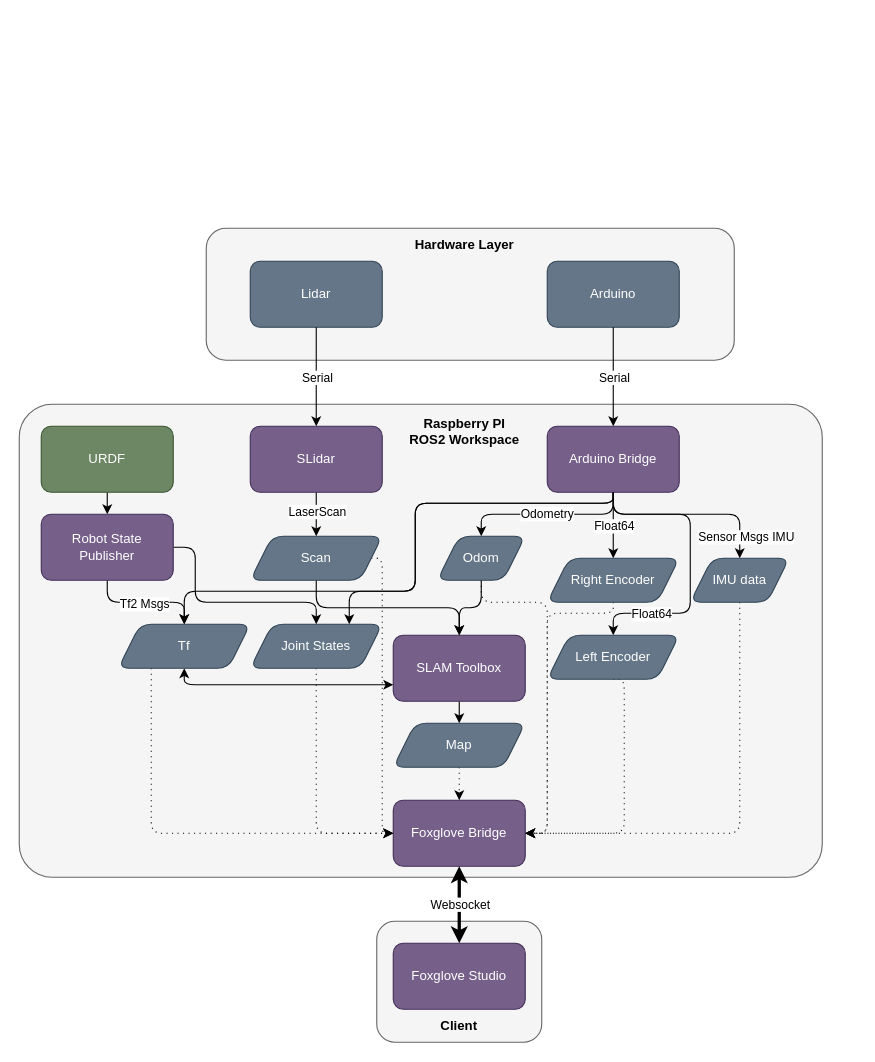
This is ROSworkspaceOverview.drawio from Gab1575/MREN203_Group9, a draw.io file, before an edit. Source tidied: cells renumbered, new cells numbered last; positions are measured from the earlier drawing's top-left corner, leaving out a move shared by most shapes. Both pictures are drawn from the tidied source at 110%, with x=0, y=0 at pixel (19, 228).
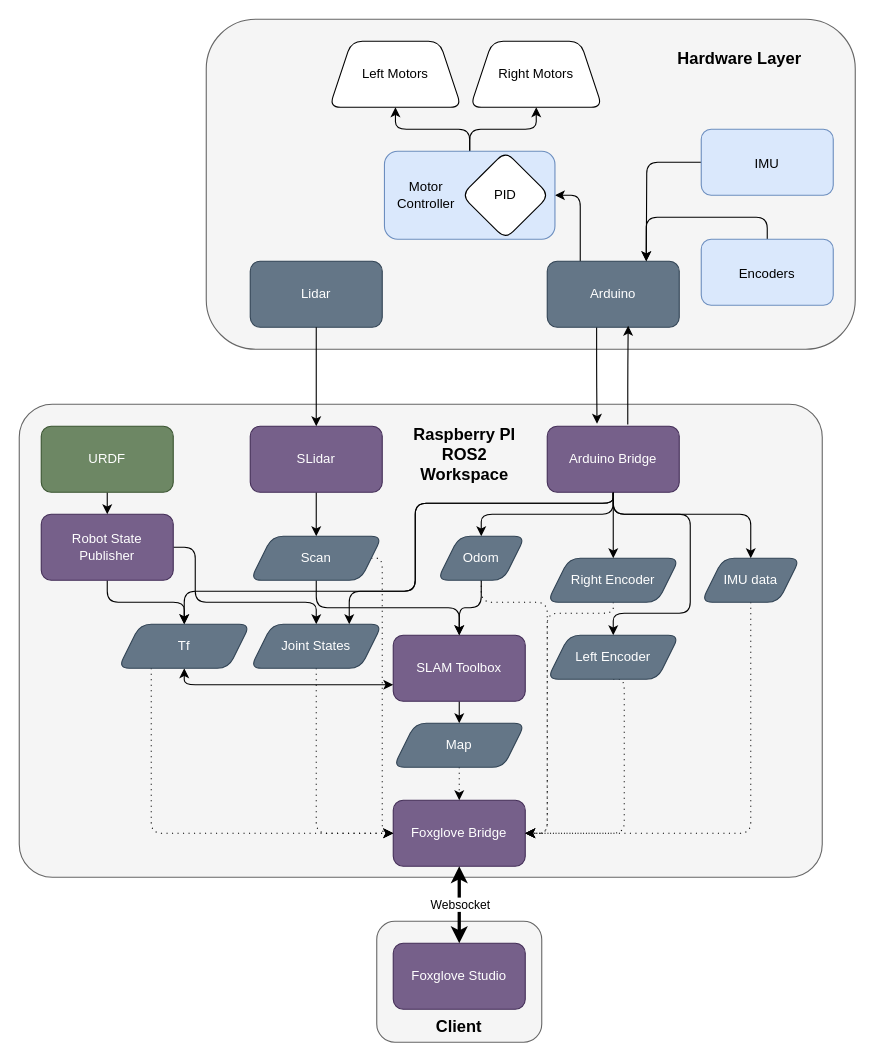
The same page after the edit.

Unchanged cells that the change refers to:
```xml
<mxCell id="5" value="Arduino" style="rounded=1;whiteSpace=wrap;html=1;fillColor=#647687;strokeColor=#314354;fontColor=#ffffff;" parent="1" vertex="1">
  <mxGeometry x="480" y="30" width="120" height="60" as="geometry" />
</mxCell>
<mxCell id="6" style="edgeStyle=orthogonalEdgeStyle;rounded=1;jettySize=auto;html=1;exitX=0.5;exitY=1;exitDx=0;exitDy=0;entryX=0.5;entryY=0;entryDx=0;entryDy=0;" parent="1" edge="1" source="8" target="42">
  <mxGeometry relative="1" as="geometry" />
</mxCell>
<mxCell id="10" style="edgeStyle=orthogonalEdgeStyle;rounded=1;jettySize=auto;html=1;exitX=0.5;exitY=1;exitDx=0;exitDy=0;entryX=0.5;entryY=0;entryDx=0;entryDy=0;" parent="1" edge="1" source="16" target="30">
  <mxGeometry relative="1" as="geometry">
    <Array as="points">
      <mxPoint x="540" y="260" />
      <mxPoint x="610" y="260" />
      <mxPoint x="610" y="350" />
      <mxPoint x="540" y="350" />
    </Array>
  </mxGeometry>
</mxCell>
<mxCell id="16" value="Arduino Bridge" style="rounded=1;whiteSpace=wrap;html=1;fillColor=#76608a;fontColor=#ffffff;strokeColor=#432D57;" parent="1" vertex="1">
  <mxGeometry x="480" y="180" width="120" height="60" as="geometry" />
</mxCell>
<mxCell id="19" style="edgeStyle=orthogonalEdgeStyle;rounded=1;jettySize=auto;html=1;exitX=0.5;exitY=1;exitDx=0;exitDy=0;entryX=0.5;entryY=0;entryDx=0;entryDy=0;" parent="1" edge="1" source="22" target="39">
  <mxGeometry relative="1" as="geometry" />
</mxCell>
<mxCell id="26" value="Odom" style="shape=parallelogram;perimeter=parallelogramPerimeter;whiteSpace=wrap;html=1;fixedSize=1;fillColor=#647687;fontColor=#ffffff;strokeColor=#314354;rounded=1;" parent="1" vertex="1">
  <mxGeometry x="380" y="280" width="80" height="40" as="geometry" />
</mxCell>
<mxCell id="46" style="endArrow=classic;html=1;rounded=1;exitX=0.5;exitY=1;exitDx=0;exitDy=0;entryX=0.5;entryY=0;entryDx=0;entryDy=0;" parent="1" edge="1" source="4" target="8">
  <mxGeometry relative="1" as="geometry" />
</mxCell>
<mxCell id="48" style="endArrow=classic;html=1;rounded=1;exitX=0.5;exitY=1;exitDx=0;exitDy=0;entryX=0.5;entryY=0;entryDx=0;entryDy=0;" parent="1" edge="1" source="16" target="28">
  <mxGeometry relative="1" as="geometry" />
</mxCell>
```

What changed in the source:
```diff
@@
     <mxCell id="3" style="rounded=1;whiteSpace=wrap;html=1;fillColor=#f5f5f5;fontColor=#333333;strokeColor=#666666;" parent="1" vertex="1">
-      <mxGeometry x="170" width="480" height="120" as="geometry" />
+      <mxGeometry x="170" y="-190" width="590" height="300" as="geometry" />
     </mxCell>
@@
+    <mxCell id="44" style="edgeStyle=orthogonalEdgeStyle;rounded=1;jettySize=auto;html=1;exitX=0.374;exitY=0.972;exitDx=0;exitDy=0;entryX=0.377;entryY=-0.039;entryDx=0;entryDy=0;exitPerimeter=0;entryPerimeter=0;" parent="1" edge="1" source="5" target="16">
+      <mxGeometry relative="1" as="geometry" />
+    </mxCell>
+    <mxCell id="58" style="edgeStyle=orthogonalEdgeStyle;rounded=1;jettySize=auto;html=1;exitX=0.25;exitY=0;exitDx=0;exitDy=0;entryX=1;entryY=0.5;entryDx=0;entryDy=0;" parent="1" edge="1" source="5" target="66">
+      <mxGeometry relative="1" as="geometry" />
+    </mxCell>
@@
-    <mxCell id="7" value="LaserScan" style="edgeLabel;html=1;align=center;verticalAlign=middle;rounded=1;" parent="6" vertex="1">
-      <mxGeometry x="-0.15" relative="1" as="geometry" />
-    </mxCell>
@@
-    <mxCell id="9" value="Odometry" style="edgeStyle=orthogonalEdgeStyle;rounded=1;jettySize=auto;html=1;exitX=0.5;exitY=1;exitDx=0;exitDy=0;entryX=0.5;entryY=0;entryDx=0;entryDy=0;" parent="1" edge="1" source="16" target="26">
-      <mxGeometry relative="1" as="geometry" />
+    <mxCell id="9" style="edgeStyle=orthogonalEdgeStyle;rounded=1;jettySize=auto;html=1;exitX=0.5;exitY=1;exitDx=0;exitDy=0;entryX=0.5;entryY=0;entryDx=0;entryDy=0;" parent="1" edge="1" source="16" target="26">
+      <mxGeometry x="-0.12" y="20" relative="1" as="geometry" />
     </mxCell>
@@
-    <mxCell id="11" value="Float64" style="edgeLabel;html=1;align=center;verticalAlign=middle;rounded=1;" parent="10" vertex="1">
-      <mxGeometry x="0.6" relative="1" as="geometry" />
-    </mxCell>
     <mxCell id="12" style="edgeStyle=orthogonalEdgeStyle;rounded=1;jettySize=auto;html=1;exitX=0.5;exitY=1;exitDx=0;exitDy=0;entryX=0.5;entryY=0;entryDx=0;entryDy=0;" parent="1" edge="1" source="16" target="32">
       <mxGeometry relative="1" as="geometry">
         <Array as="points">
           <mxPoint x="540" y="260" />
-          <mxPoint x="655" y="260" />
+          <mxPoint x="665" y="260" />
         </Array>
       </mxGeometry>
     </mxCell>
-    <mxCell id="13" value="Sensor Msgs IMU" style="edgeLabel;html=1;align=center;verticalAlign=middle;rounded=1;" parent="12" vertex="1">
-      <mxGeometry x="0.41" relative="1" as="geometry">
-        <mxPoint x="17" y="20" as="offset" />
-      </mxGeometry>
-    </mxCell>
@@
+    <mxCell id="59" style="edgeStyle=orthogonalEdgeStyle;rounded=1;jettySize=auto;html=1;exitX=0.61;exitY=-0.028;exitDx=0;exitDy=0;entryX=0.613;entryY=0.978;entryDx=0;entryDy=0;entryPerimeter=0;exitPerimeter=0;" parent="1" edge="1" source="16" target="5">
+      <mxGeometry relative="1" as="geometry" />
+    </mxCell>
@@
-    <mxCell id="20" value="Tf2 Msgs" style="edgeLabel;html=1;align=center;verticalAlign=middle;rounded=1;" parent="19" vertex="1">
-      <mxGeometry x="-0.03" y="-1" relative="1" as="geometry" />
-    </mxCell>
@@
     <mxCell id="32" value="IMU data" style="shape=parallelogram;perimeter=parallelogramPerimeter;whiteSpace=wrap;html=1;fixedSize=1;fillColor=#647687;fontColor=#ffffff;strokeColor=#314354;rounded=1;" parent="1" vertex="1">
-      <mxGeometry x="610" y="300" width="90" height="40" as="geometry" />
+      <mxGeometry x="620" y="300" width="90" height="40" as="geometry" />
     </mxCell>
@@
-    <mxCell id="43" value="&lt;b&gt;Hardware Layer&lt;/b&gt;" style="text;html=1;whiteSpace=wrap;strokeColor=none;fillColor=none;align=center;verticalAlign=middle;rounded=1;" parent="1" vertex="1">
-      <mxGeometry x="345" width="120" height="30" as="geometry" />
+    <mxCell id="43" value="&lt;b&gt;&lt;font style=&quot;font-size: 15px;&quot;&gt;Hardware Layer&lt;/font&gt;&lt;/b&gt;" style="text;html=1;whiteSpace=wrap;strokeColor=none;fillColor=none;align=center;verticalAlign=middle;rounded=1;" parent="1" vertex="1">
+      <mxGeometry x="595" y="-170" width="120" height="30" as="geometry" />
     </mxCell>
-    <mxCell id="44" style="endArrow=classic;html=1;rounded=1;exitX=0.5;exitY=1;exitDx=0;exitDy=0;entryX=0.5;entryY=0;entryDx=0;entryDy=0;" parent="1" edge="1" source="5" target="16">
-      <mxGeometry relative="1" as="geometry" />
-    </mxCell>
-    <mxCell id="45" value="Serial" style="edgeLabel;html=1;align=center;verticalAlign=middle;rounded=1;" parent="44" vertex="1">
-      <mxGeometry relative="1" as="geometry" />
-    </mxCell>
@@
-    <mxCell id="47" value="Serial" style="edgeLabel;html=1;align=center;verticalAlign=middle;rounded=1;" parent="46" vertex="1">
-      <mxGeometry relative="1" as="geometry" />
-    </mxCell>
@@
-    <mxCell id="49" value="Float64" style="edgeLabel;html=1;align=center;verticalAlign=middle;rounded=1;" parent="48" vertex="1">
-      <mxGeometry relative="1" as="geometry" />
-    </mxCell>
@@
-    <mxCell id="52" value="&lt;b&gt;Raspberry PI&lt;/b&gt;&lt;div&gt;&lt;b&gt;ROS2 Workspace&lt;/b&gt;&lt;/div&gt;" style="text;html=1;whiteSpace=wrap;strokeColor=none;fillColor=none;align=center;verticalAlign=middle;rounded=1;" parent="1" vertex="1">
-      <mxGeometry x="345" y="170" width="120" height="30" as="geometry" />
+    <mxCell id="52" value="&lt;b&gt;&lt;font style=&quot;font-size: 15px;&quot;&gt;Raspberry PI&lt;/font&gt;&lt;/b&gt;&lt;div&gt;&lt;b&gt;&lt;font style=&quot;font-size: 15px;&quot;&gt;ROS2 Workspace&lt;/font&gt;&lt;/b&gt;&lt;/div&gt;" style="text;html=1;whiteSpace=wrap;strokeColor=none;fillColor=none;align=center;verticalAlign=middle;rounded=1;" parent="1" vertex="1">
+      <mxGeometry x="345" y="190" width="120" height="30" as="geometry" />
     </mxCell>
@@
-    <mxCell id="55" value="&lt;b&gt;Client&lt;/b&gt;" style="text;html=1;whiteSpace=wrap;strokeColor=none;fillColor=none;align=center;verticalAlign=middle;rounded=1;" parent="1" vertex="1">
+    <mxCell id="55" value="&lt;b&gt;&lt;font style=&quot;font-size: 15px;&quot;&gt;Client&lt;/font&gt;&lt;/b&gt;" style="text;html=1;whiteSpace=wrap;strokeColor=none;fillColor=none;align=center;verticalAlign=middle;rounded=1;" parent="1" vertex="1">
       <mxGeometry x="340" y="710" width="120" height="30" as="geometry" />
     </mxCell>
@@
+    <mxCell id="60" style="edgeStyle=orthogonalEdgeStyle;rounded=1;jettySize=auto;html=1;" parent="1" edge="1" source="61">
+      <mxGeometry relative="1" as="geometry">
+        <mxPoint x="570" y="30" as="targetPoint" />
+      </mxGeometry>
+    </mxCell>
+    <mxCell id="61" value="&lt;font style=&quot;font-size: 12px;&quot;&gt;IMU&lt;/font&gt;" style="rounded=1;whiteSpace=wrap;html=1;fillColor=#dae8fc;strokeColor=#6c8ebf;fontSize=15;" parent="1" vertex="1">
+      <mxGeometry x="620" y="-90" width="120" height="60" as="geometry" />
+    </mxCell>
+    <mxCell id="62" style="edgeStyle=orthogonalEdgeStyle;rounded=1;jettySize=auto;html=1;exitX=0.5;exitY=0;exitDx=0;exitDy=0;entryX=0.75;entryY=0;entryDx=0;entryDy=0;" parent="1" edge="1" source="63" target="5">
+      <mxGeometry relative="1" as="geometry" />
+    </mxCell>
+    <mxCell id="63" value="&lt;font style=&quot;font-size: 12px;&quot;&gt;Encoders&lt;/font&gt;" style="rounded=1;whiteSpace=wrap;html=1;fillColor=#dae8fc;strokeColor=#6c8ebf;fontSize=15;" parent="1" vertex="1">
+      <mxGeometry x="620" y="10" width="120" height="60" as="geometry" />
+    </mxCell>
+    <mxCell id="64" style="edgeStyle=orthogonalEdgeStyle;rounded=1;jettySize=auto;html=1;exitX=0.5;exitY=0;exitDx=0;exitDy=0;entryX=0.5;entryY=1;entryDx=0;entryDy=0;" parent="1" edge="1" source="66" target="67">
+      <mxGeometry relative="1" as="geometry" />
+    </mxCell>
+    <mxCell id="65" style="edgeStyle=orthogonalEdgeStyle;rounded=1;jettySize=auto;html=1;exitX=0.5;exitY=0;exitDx=0;exitDy=0;entryX=0.5;entryY=1;entryDx=0;entryDy=0;" parent="1" edge="1" source="66" target="69">
+      <mxGeometry relative="1" as="geometry" />
+    </mxCell>
+    <mxCell id="66" style="rounded=1;whiteSpace=wrap;html=1;fillColor=#dae8fc;strokeColor=#6c8ebf;fontSize=15;" parent="1" vertex="1">
+      <mxGeometry x="332" y="-70" width="155" height="80" as="geometry" />
+    </mxCell>
+    <mxCell id="67" value="Left Motors" style="shape=trapezoid;perimeter=trapezoidPerimeter;whiteSpace=wrap;html=1;fixedSize=1;rounded=1;" parent="1" vertex="1">
+      <mxGeometry x="282" y="-170" width="120" height="60" as="geometry" />
+    </mxCell>
+    <mxCell id="68" value="PID" style="rhombus;whiteSpace=wrap;html=1;rounded=1;" parent="1" vertex="1">
+      <mxGeometry x="402" y="-70" width="80" height="80" as="geometry" />
+    </mxCell>
+    <mxCell id="69" value="Right Motors" style="shape=trapezoid;perimeter=trapezoidPerimeter;whiteSpace=wrap;html=1;fixedSize=1;rounded=1;" parent="1" vertex="1">
+      <mxGeometry x="410" y="-170" width="120" height="60" as="geometry" />
+    </mxCell>
+    <mxCell id="70" value="Motor Controller" style="text;html=1;whiteSpace=wrap;strokeColor=none;fillColor=none;align=center;verticalAlign=middle;rounded=0;" parent="1" vertex="1">
+      <mxGeometry x="340" y="-45" width="60" height="30" as="geometry" />
+    </mxCell>
```
